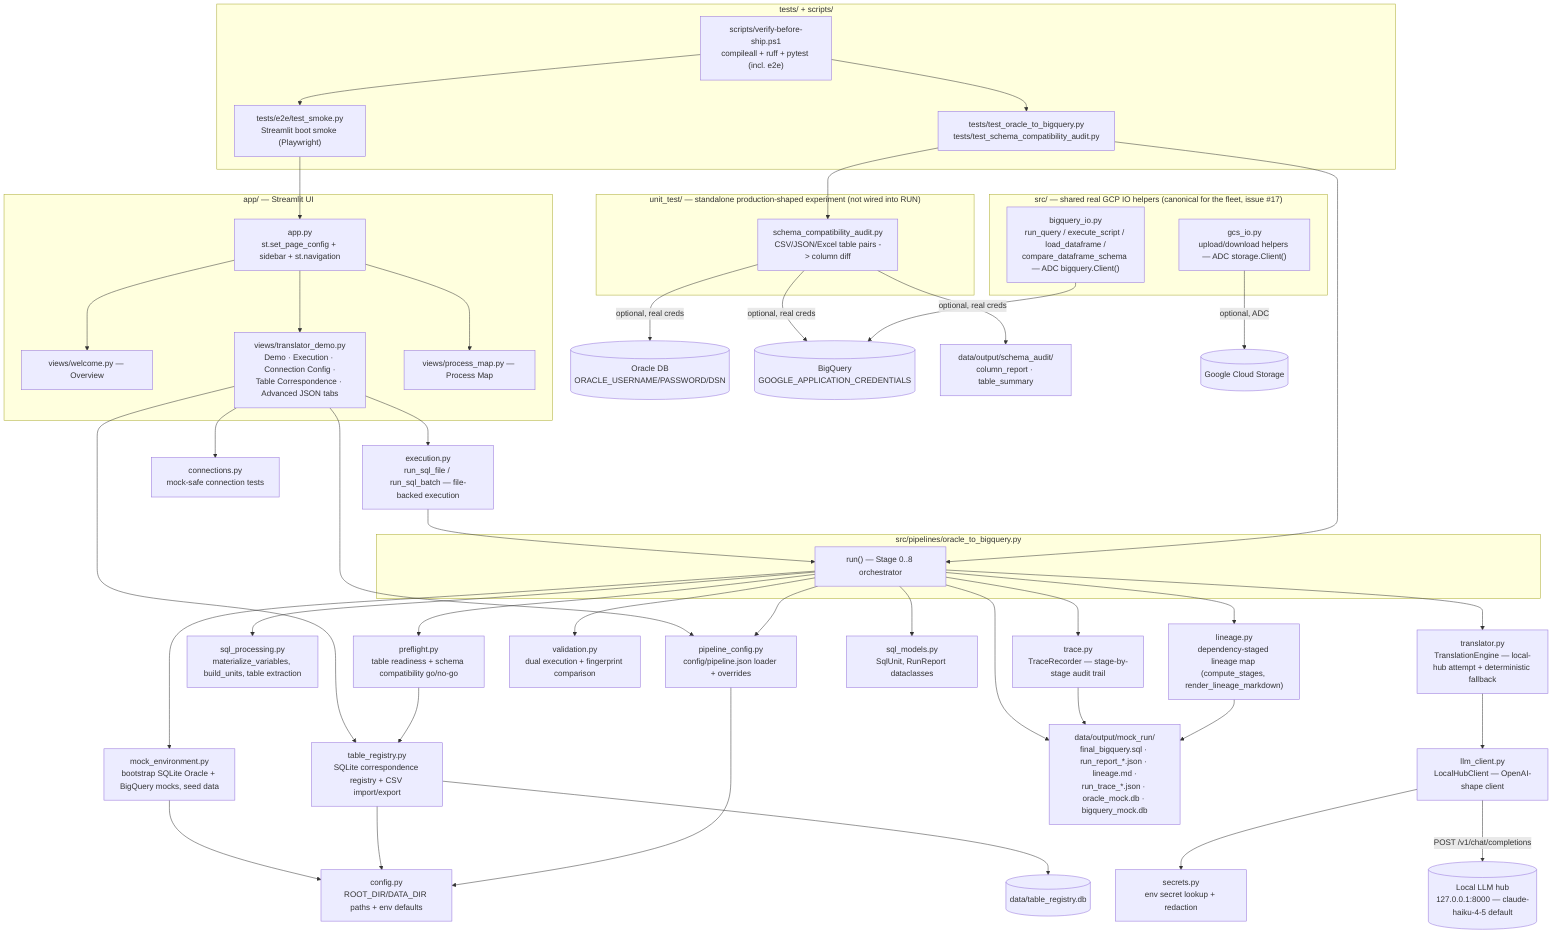
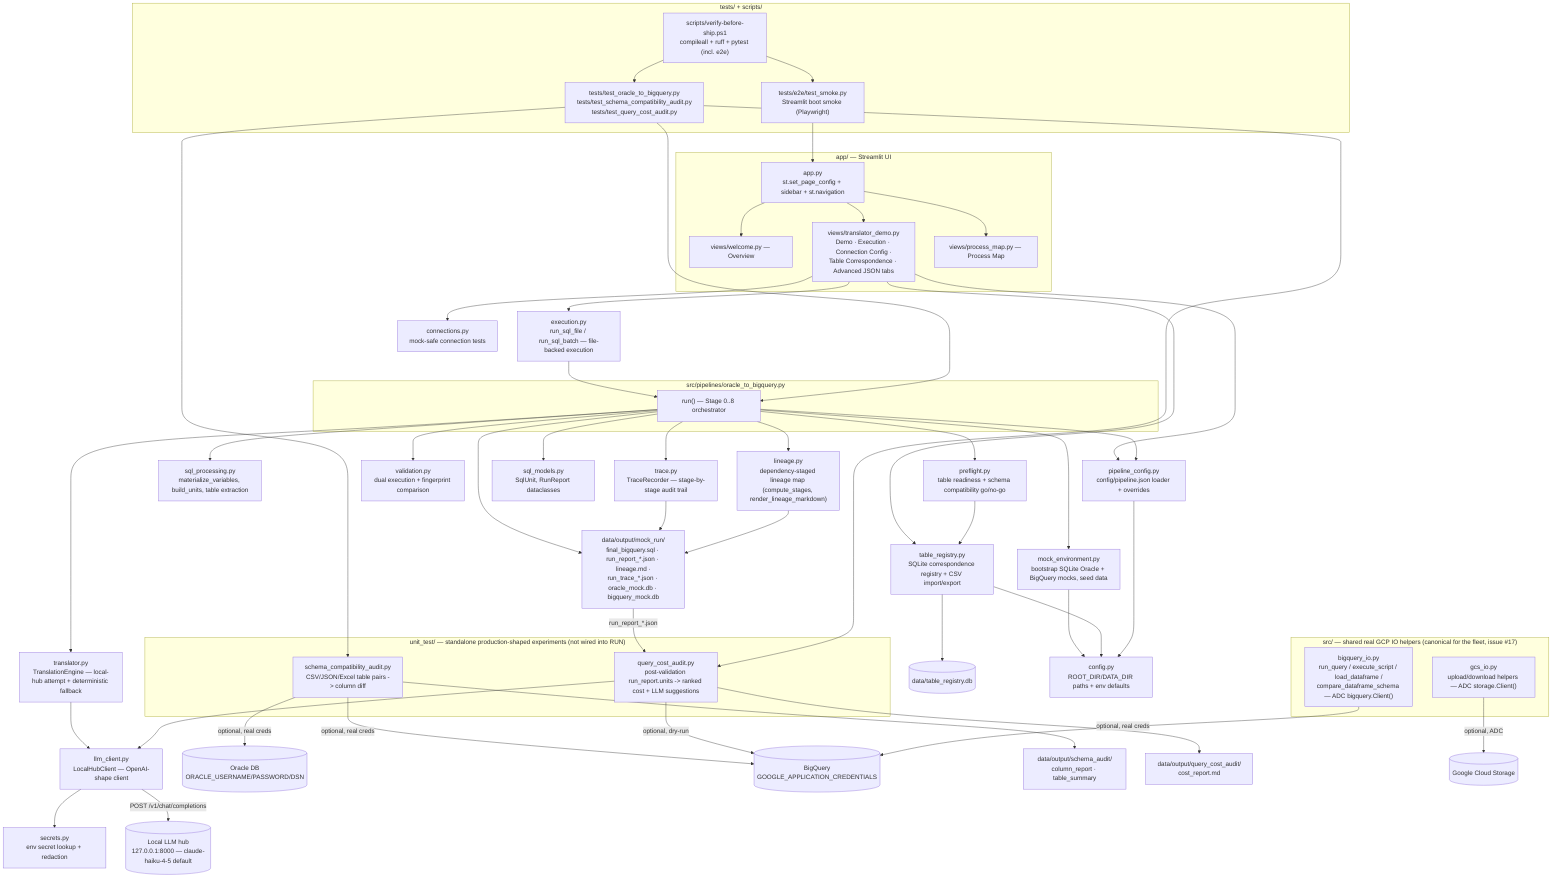
%% docs/architecture.mmd — oracle-to-gcp's own internal structure.
%% Hand-authored, not generated — this is the per-repo companion diagram to the
%% fleet-wide convention established in ferraroroberto/fleet-config#256. There is
%% no structured source to crawl for a repo's own internal shape, so it is
%% authored once and kept correct by discipline. Update this diagram in the
%% same PR as any material structural change (a new pipeline stage, a moved
%% module, a new external dependency) — same anti-staleness contract as this
%% repo's own `.fleet.toml` `description` field. See this repo's CLAUDE.md
%% "Internal architecture" section for the pointer.

flowchart TB
  subgraph ui["app/ — Streamlit UI"]
    APP["app.py\nst.set_page_config + sidebar + st.navigation"]
    WELCOME["views/welcome.py — Overview"]
    DEMO["views/translator_demo.py\nDemo · Execution · Connection Config ·\nTable Correspondence · Advanced JSON tabs"]
    PMAP["views/process_map.py — Process Map"]
  end
  APP --> WELCOME
  APP --> DEMO
  APP --> PMAP

  EXEC["execution.py\nrun_sql_file / run_sql_batch — file-backed execution"]
  CONN["connections.py\nmock-safe connection tests"]
  TABLEREG["table_registry.py\nSQLite correspondence registry + CSV import/export"]
  PIPECFG["pipeline_config.py\nconfig/pipeline.json loader + overrides"]
  DEMO --> EXEC
  DEMO --> CONN
  DEMO --> TABLEREG
  DEMO --> PIPECFG

  subgraph pipeline["src/pipelines/oracle_to_bigquery.py"]
    RUN["run() — Stage 0..8 orchestrator"]
  end
  EXEC --> RUN

  MOCKENV["mock_environment.py\nbootstrap SQLite Oracle + BigQuery mocks, seed data"]
  SQLPROC["sql_processing.py\nmaterialize_variables, build_units, table extraction"]
  PREFLIGHT["preflight.py\ntable readiness + schema compatibility go/no-go"]
  TRANSLATE["translator.py\nTranslationEngine — local-hub attempt + deterministic fallback"]
  VALIDATE["validation.py\ndual execution + fingerprint comparison"]
  TRACE["trace.py\nTraceRecorder — stage-by-stage audit trail"]
  MODELS["sql_models.py\nSqlUnit, RunReport dataclasses"]
  LINEAGE["lineage.py\ndependency-staged lineage map (compute_stages, render_lineage_markdown)"]

  RUN --> MOCKENV
  RUN --> SQLPROC
  RUN --> PREFLIGHT
  RUN --> TRANSLATE
  RUN --> VALIDATE
  RUN --> TRACE
  RUN --> MODELS
  RUN --> LINEAGE
  RUN --> PIPECFG

  PREFLIGHT --> TABLEREG
  TABLEREG --> REGDB[("data/table_registry.db")]

  LLMCLIENT["llm_client.py\nLocalHubClient — OpenAI-shape client"]
  SECRETS["secrets.py\nenv secret lookup + redaction"]
  TRANSLATE --> LLMCLIENT
  LLMCLIENT --> SECRETS
  LLMCLIENT -->|"POST /v1/chat/completions"| HUB[("Local LLM hub\n127.0.0.1:8000 — claude-haiku-4-5 default")]

  CONFIGPY["config.py\nROOT_DIR/DATA_DIR paths + env defaults"]
  MOCKENV --> CONFIGPY
  TABLEREG --> CONFIGPY
  PIPECFG --> CONFIGPY

  ARTIFACTS["data/output/mock_run/\nfinal_bigquery.sql · run_report_*.json · lineage.md ·\nrun_trace_*.json · oracle_mock.db · bigquery_mock.db"]
  RUN --> ARTIFACTS
  TRACE --> ARTIFACTS
  LINEAGE --> ARTIFACTS

-   subgraph standalone["unit_test/ — standalone production-shaped experiment (not wired into RUN)"]
+   subgraph standalone["unit_test/ — standalone production-shaped experiments (not wired into RUN)"]
    AUDIT["schema_compatibility_audit.py\nCSV/JSON/Excel table pairs -> column diff"]
+     COSTAUDIT["query_cost_audit.py\npost-validation run_report.units -> ranked cost + LLM suggestions"]
  end
  AUDIT -->|optional, real creds| ORACLEDB[("Oracle DB\nORACLE_USERNAME/PASSWORD/DSN")]
  AUDIT -->|optional, real creds| BQPROD[("BigQuery\nGOOGLE_APPLICATION_CREDENTIALS")]
  AUDIT --> AUDITOUT["data/output/schema_audit/\ncolumn_report · table_summary"]
+   ARTIFACTS -->|run_report_*.json| COSTAUDIT
+   COSTAUDIT -->|optional, dry-run| BQPROD
+   COSTAUDIT --> LLMCLIENT
+   COSTAUDIT --> COSTOUT["data/output/query_cost_audit/\ncost_report.md"]

  subgraph shared["src/ — shared real GCP IO helpers (canonical for the fleet, issue #17)"]
    GCSIO["gcs_io.py\nupload/download helpers — ADC storage.Client()"]
    BQIO["bigquery_io.py\nrun_query / execute_script / load_dataframe /\ncompare_dataframe_schema — ADC bigquery.Client()"]
  end
  GCSIO -->|optional, ADC| GCS[("Google Cloud Storage")]
  BQIO -->|optional, real creds| BQPROD

  subgraph testing["tests/ + scripts/"]
    GATE["scripts/verify-before-ship.ps1\ncompileall + ruff + pytest (incl. e2e)"]
-     UNIT["tests/test_oracle_to_bigquery.py\ntests/test_schema_compatibility_audit.py"]
+     UNIT["tests/test_oracle_to_bigquery.py\ntests/test_schema_compatibility_audit.py\ntests/test_query_cost_audit.py"]
    E2E["tests/e2e/test_smoke.py\nStreamlit boot smoke (Playwright)"]
  end
  GATE --> UNIT
  GATE --> E2E
  UNIT --> RUN
  UNIT --> AUDIT
+   UNIT --> COSTAUDIT
  E2E --> APP
